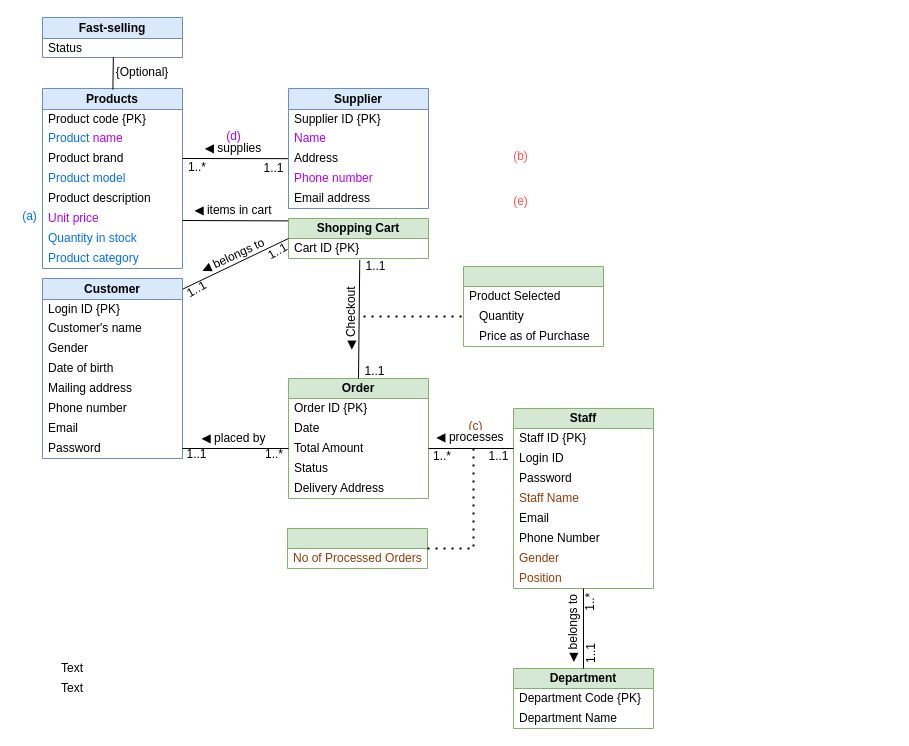
Above: Assignment_1.drawio in shadowngks/DBMS (draw.io), before the change. Source tidied: cells renumbered, new cells numbered last; positions are measured from the earlier drawing's top-left corner, leaving out a move shared by most shapes. Both pictures are drawn from the tidied source at 100%, with x=0, y=0 at pixel (17, 17).
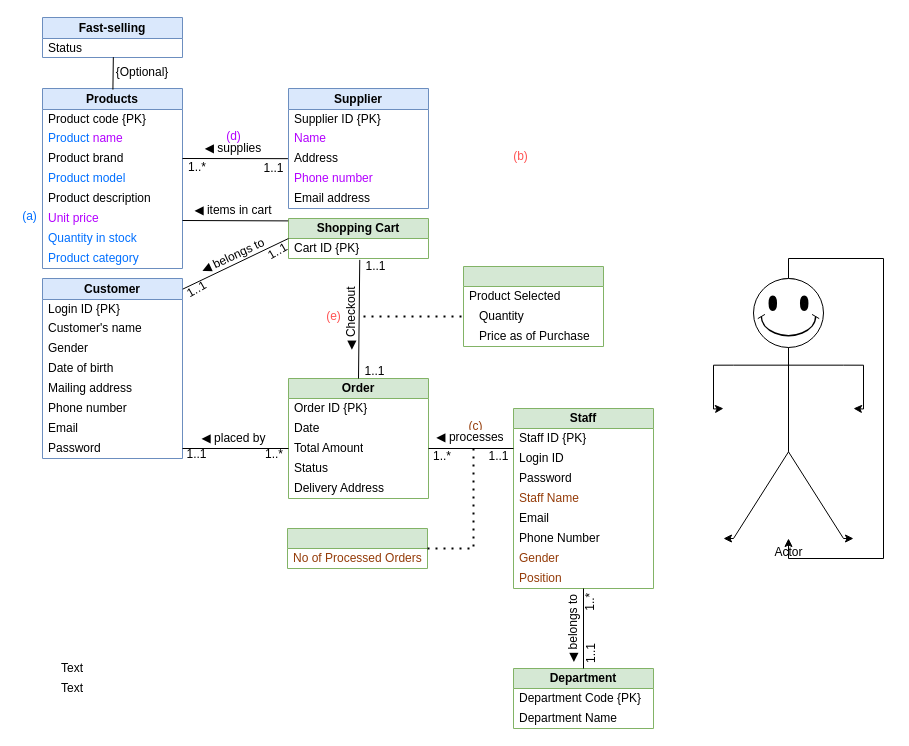
The same page after the edit.

The edit, as a diff of the source:
```diff
@@
     <mxCell id="83" value="&lt;span style=&quot;font-family: sans-serif; font-size: 12.0191px; text-align: start; white-space: pre; background-color: rgb(255, 255, 255);&quot;&gt;(e)&lt;/span&gt;" style="text;html=1;align=center;verticalAlign=middle;whiteSpace=wrap;rounded=0;fontColor=#FF5454;" parent="1" vertex="1">
-      <mxGeometry x="491" y="176" width="25" height="15" as="geometry" />
+      <mxGeometry x="304" y="291" width="25" height="15" as="geometry" />
     </mxCell>
@@
+    <mxCell id="91" style="edgeStyle=orthogonalEdgeStyle;rounded=0;jettySize=auto;html=1;exitX=0;exitY=0.3333333333333333;exitDx=0;exitDy=0;exitPerimeter=0;" parent="1" edge="1" source="95">
+      <mxGeometry relative="1" as="geometry">
+        <mxPoint x="706" y="391" as="targetPoint" />
+      </mxGeometry>
+    </mxCell>
+    <mxCell id="92" style="edgeStyle=orthogonalEdgeStyle;rounded=0;jettySize=auto;html=1;exitX=1;exitY=0.3333333333333333;exitDx=0;exitDy=0;exitPerimeter=0;" parent="1" edge="1" source="95">
+      <mxGeometry relative="1" as="geometry">
+        <mxPoint x="836" y="391" as="targetPoint" />
+      </mxGeometry>
+    </mxCell>
+    <mxCell id="93" style="edgeStyle=orthogonalEdgeStyle;rounded=0;jettySize=auto;html=1;exitX=0;exitY=1;exitDx=0;exitDy=0;exitPerimeter=0;" parent="1" edge="1" source="95">
+      <mxGeometry relative="1" as="geometry">
+        <mxPoint x="706" y="521" as="targetPoint" />
+      </mxGeometry>
+    </mxCell>
+    <mxCell id="94" style="edgeStyle=orthogonalEdgeStyle;rounded=0;jettySize=auto;html=1;exitX=1;exitY=1;exitDx=0;exitDy=0;exitPerimeter=0;" parent="1" edge="1" source="95">
+      <mxGeometry relative="1" as="geometry">
+        <mxPoint x="836" y="521" as="targetPoint" />
+      </mxGeometry>
+    </mxCell>
+    <mxCell id="95" value="Actor" style="shape=umlActor;verticalLabelPosition=bottom;verticalAlign=top;html=1;outlineConnect=0;" parent="1" vertex="1">
+      <mxGeometry x="716" y="261" width="110" height="260" as="geometry" />
+    </mxCell>
+    <mxCell id="96" style="edgeStyle=orthogonalEdgeStyle;rounded=0;orthogonalLoop=1;jettySize=auto;html=1;exitX=0.5;exitY=0;exitDx=0;exitDy=0;exitPerimeter=0;" parent="1" edge="1" source="95" target="95">
+      <mxGeometry relative="1" as="geometry">
+        <Array as="points">
+          <mxPoint x="771" y="241" />
+          <mxPoint x="866" y="241" />
+          <mxPoint x="866" y="541" />
+          <mxPoint x="771" y="541" />
+        </Array>
+      </mxGeometry>
+    </mxCell>
+    <mxCell id="97" style="verticalLabelPosition=bottom;verticalAlign=top;html=1;shape=mxgraph.basic.smiley;" parent="1" vertex="1">
+      <mxGeometry x="736" y="261" width="70" height="69" as="geometry" />
+    </mxCell>
```
